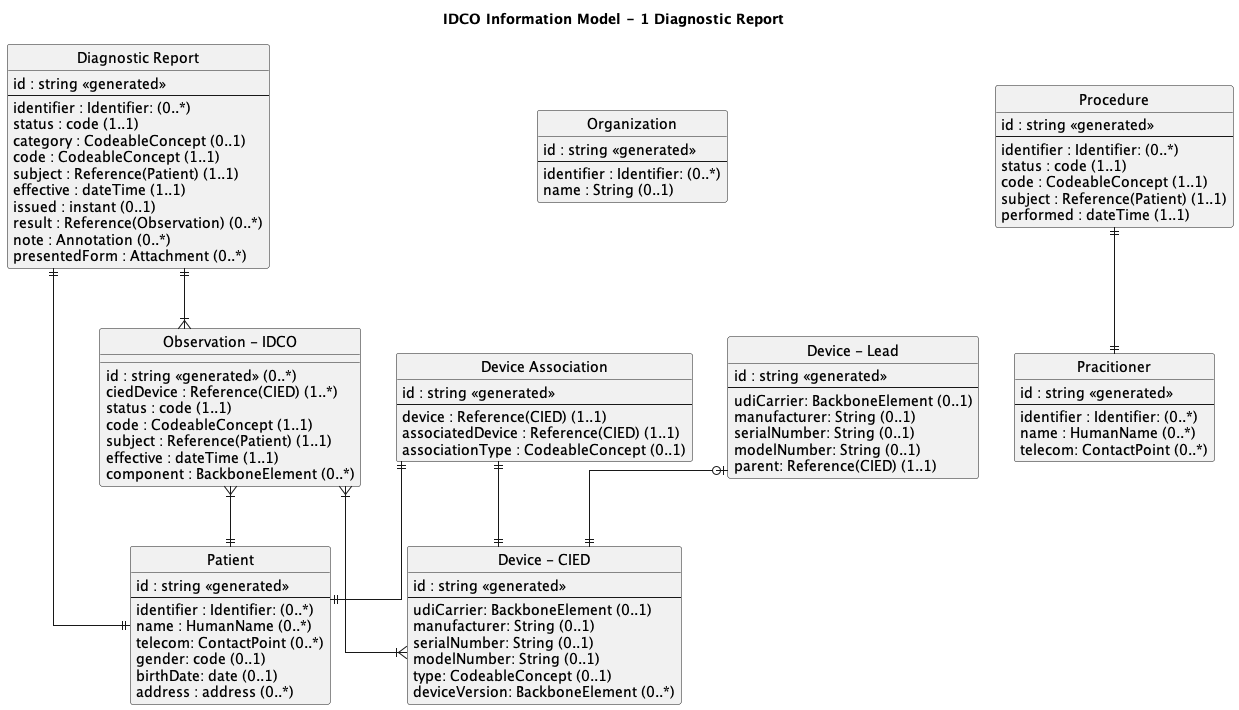
This is input/images/data-modelIDCO.png from HL7/CardX-CIED, a PlantUML export, as it was before one commit.
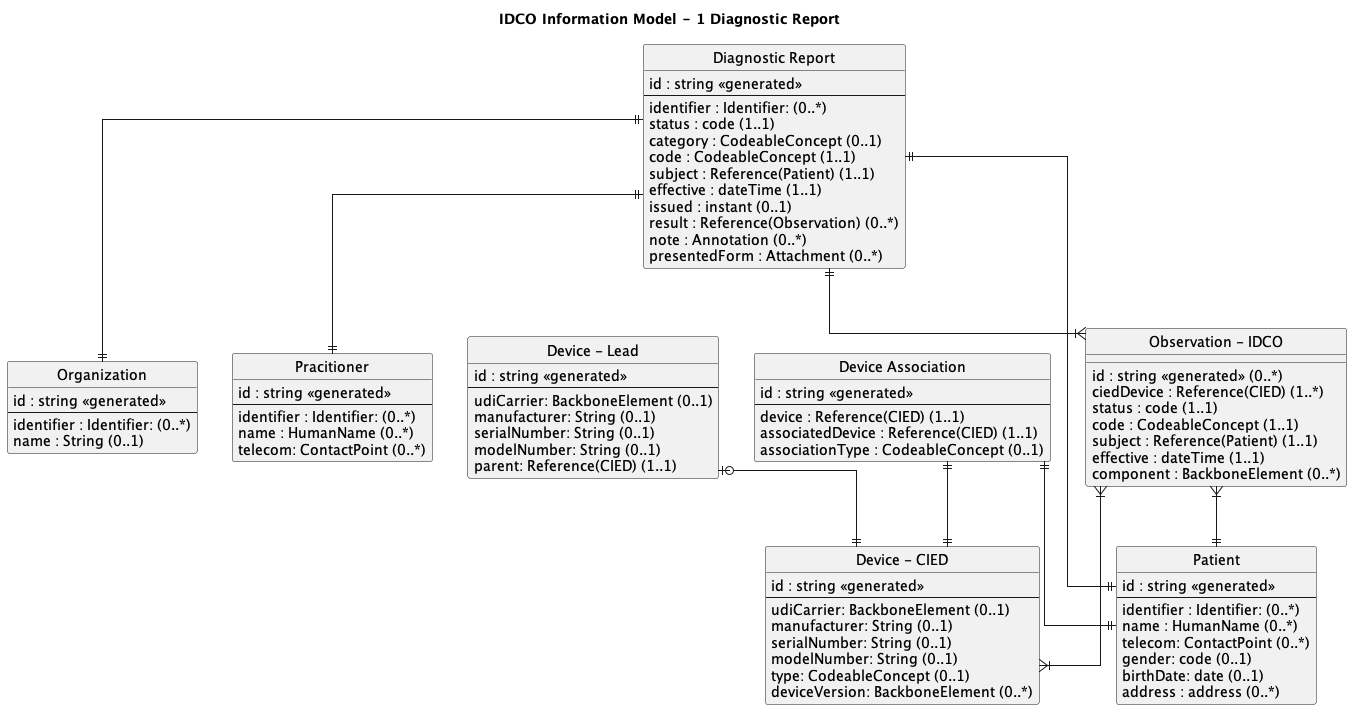
After the change.

Change to the diagram source:
```diff
@@ -87,16 +87,6 @@
   associationType : CodeableConcept (0..1)
 }
 
-entity "Procedure" as proc {
-  id : string <<generated>>
-  --
-  identifier : Identifier: (0..*)
-  status : code (1..1)
-  code : CodeableConcept (1..1)
-  subject : Reference(Patient) (1..1)
-  performed : dateTime (1..1)
-}
-
 IDCO }|--|| Patient
 IDCO }|--|{ cied
 diag ||--|| Patient
@@ -104,6 +94,7 @@
 lead |o--|| cied
 assoc ||--|| cied
 assoc ||--|| Patient
-proc ||--|| prac
+diag ||--|| prac
+diag ||--|| org
 
 @enduml
```
